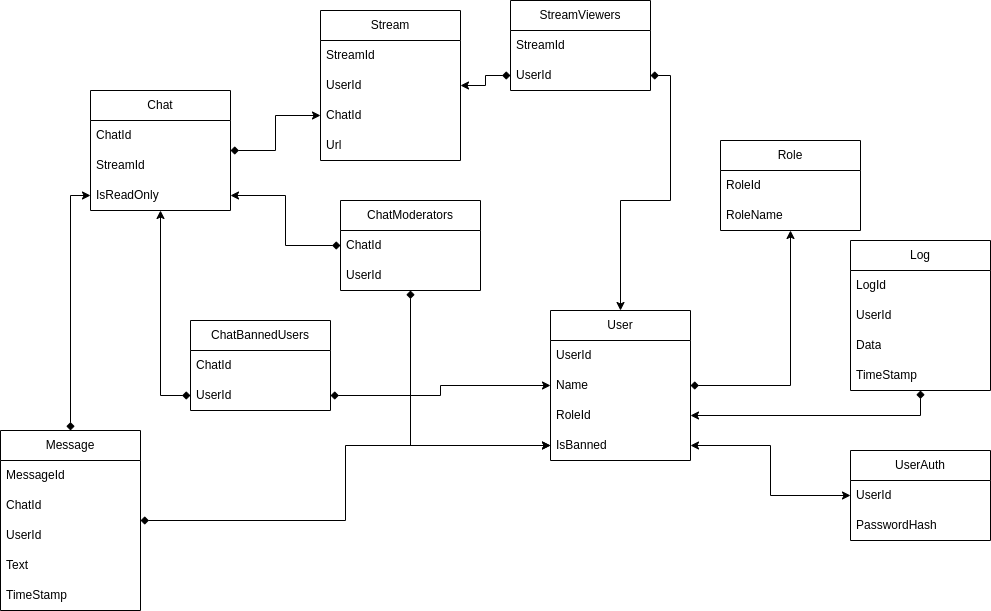
The draw.io diagram data/database-scheme-norm.drawio.png in stdtheboatman/Database, before a commit. Source tidied: cells renumbered, new cells last; positions are measured from the earlier drawing's top-left corner, leaving out a move shared by most shapes.
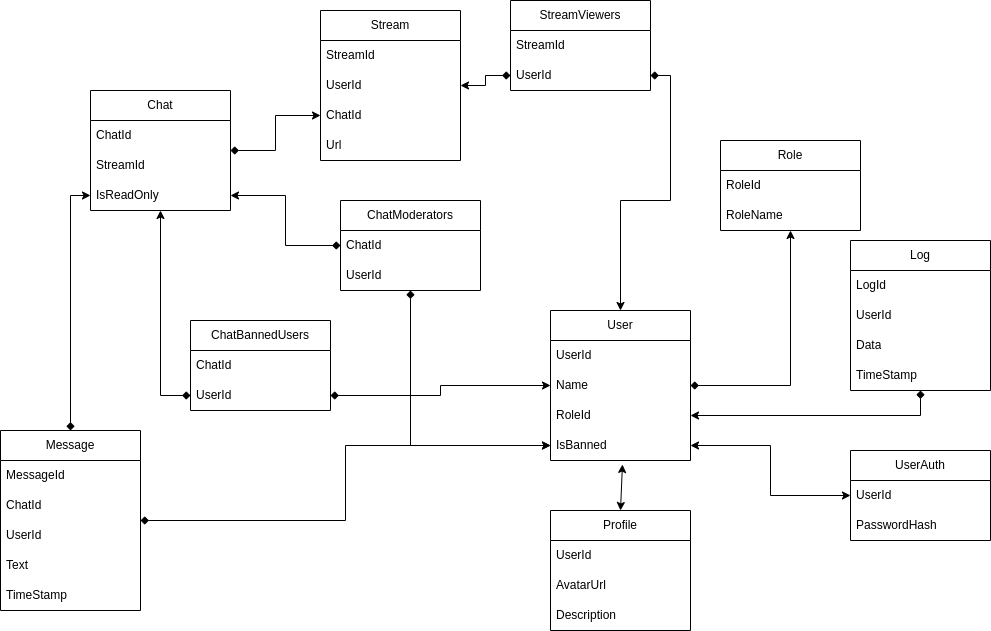
Later version of the same file.

Change to the diagram source:
```diff
@@ -158,5 +158,20 @@
     <mxCell id="53" value="UserId" style="text;strokeColor=none;fillColor=none;align=left;verticalAlign=middle;spacingLeft=4;spacingRight=4;overflow=hidden;whiteSpace=wrap;html=1;" parent="51" vertex="1">
       <mxGeometry y="60" width="140" height="30" as="geometry" />
     </mxCell>
+    <mxCell id="54" value="Profile" style="swimlane;fontStyle=0;horizontal=1;startSize=30;whiteSpace=wrap;html=1;" parent="1" vertex="1">
+      <mxGeometry x="550" y="510" width="140" height="120" as="geometry" />
+    </mxCell>
+    <mxCell id="55" value="UserId" style="text;strokeColor=none;fillColor=none;align=left;verticalAlign=middle;spacingLeft=4;spacingRight=4;overflow=hidden;whiteSpace=wrap;html=1;" parent="54" vertex="1">
+      <mxGeometry y="30" width="140" height="30" as="geometry" />
+    </mxCell>
+    <mxCell id="56" value="AvatarUrl" style="text;strokeColor=none;fillColor=none;align=left;verticalAlign=middle;spacingLeft=4;spacingRight=4;overflow=hidden;whiteSpace=wrap;html=1;" parent="54" vertex="1">
+      <mxGeometry y="60" width="140" height="30" as="geometry" />
+    </mxCell>
+    <mxCell id="57" value="Description" style="text;strokeColor=none;fillColor=none;align=left;verticalAlign=middle;spacingLeft=4;spacingRight=4;overflow=hidden;whiteSpace=wrap;html=1;" parent="54" vertex="1">
+      <mxGeometry y="90" width="140" height="30" as="geometry" />
+    </mxCell>
+    <mxCell id="58" style="endArrow=classic;startArrow=classic;html=1;rounded=0;entryX=0.514;entryY=1.133;entryDx=0;entryDy=0;entryPerimeter=0;exitX=0.5;exitY=0;exitDx=0;exitDy=0;" parent="1" edge="1" source="54" target="8">
+      <mxGeometry relative="1" as="geometry" />
+    </mxCell>
   </root>
 </mxGraphModel>
```
